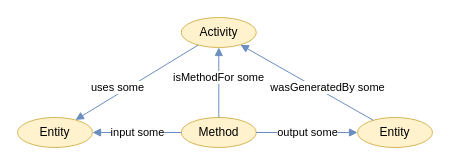
This is page "method" (4 of 4) of docs/figs/figures.drawio from PINK-project/PINK-annotation-schema, a draw.io file, before an edit. Source tidied: cells renumbered, new cells numbered last; positions are measured from the earlier drawing's top-left corner, leaving out a move shared by most shapes. Both pictures are drawn from the tidied source at 100%, with x=0, y=0 at pixel (17, 17).
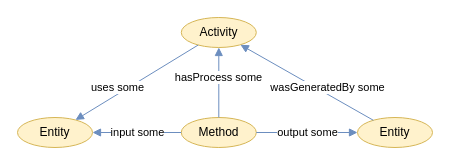
After the change.

Change to the diagram source:
```diff
@@
 <mxGraphModel>
   <root>
     <mxCell id="0" />
     <mxCell id="1" parent="0" />
     <mxCell id="2" value="Method" style="ellipse;whiteSpace=wrap;html=1;fillColor=#fff2cc;strokeColor=#d6b656;" parent="1" vertex="1">
       <mxGeometry x="163.8" y="100" width="75" height="30" as="geometry" />
     </mxCell>
     <mxCell id="3" value="input some" style="edgeStyle=none;shape=connector;rounded=0;jettySize=auto;html=1;strokeColor=#6c8ebf;align=center;verticalAlign=middle;fontFamily=Helvetica;fontSize=11;fontColor=default;labelBackgroundColor=default;endArrow=block;endFill=1;fillColor=#dae8fc;" parent="1" edge="1" source="2" target="4">
       <mxGeometry relative="1" as="geometry" />
     </mxCell>
     <mxCell id="4" value="Entity" style="ellipse;whiteSpace=wrap;html=1;fillColor=#fff2cc;strokeColor=#d6b656;" parent="1" vertex="1">
       <mxGeometry y="100" width="75" height="30" as="geometry" />
     </mxCell>
     <mxCell id="5" value="Entity" style="ellipse;whiteSpace=wrap;html=1;fillColor=#fff2cc;strokeColor=#d6b656;" parent="1" vertex="1">
       <mxGeometry x="340" y="100" width="75" height="30" as="geometry" />
     </mxCell>
     <mxCell id="6" value="output&amp;nbsp;some" style="edgeStyle=none;shape=connector;rounded=0;jettySize=auto;html=1;strokeColor=#6c8ebf;align=center;verticalAlign=middle;fontFamily=Helvetica;fontSize=11;fontColor=default;labelBackgroundColor=default;endArrow=block;endFill=1;fillColor=#dae8fc;" parent="1" edge="1" source="2" target="5">
       <mxGeometry relative="1" as="geometry" />
     </mxCell>
     <mxCell id="7" value="Activity" style="ellipse;whiteSpace=wrap;html=1;fillColor=#fff2cc;strokeColor=#d6b656;" parent="1" vertex="1">
       <mxGeometry x="163.8" width="75" height="30" as="geometry" />
     </mxCell>
-    <mxCell id="8" value="isMethodFor some" style="edgeStyle=none;shape=connector;rounded=0;jettySize=auto;html=1;strokeColor=#6c8ebf;align=center;verticalAlign=middle;fontFamily=Helvetica;fontSize=11;fontColor=default;labelBackgroundColor=default;endArrow=block;endFill=1;fillColor=#dae8fc;" parent="1" edge="1" source="2" target="7">
+    <mxCell id="8" value="hasProcess some" style="edgeStyle=none;shape=connector;rounded=0;jettySize=auto;html=1;strokeColor=#6c8ebf;align=center;verticalAlign=middle;fontFamily=Helvetica;fontSize=11;fontColor=default;labelBackgroundColor=default;endArrow=block;endFill=1;fillColor=#dae8fc;" parent="1" edge="1" source="2" target="7">
       <mxGeometry x="0.14" relative="1" as="geometry" />
     </mxCell>
     <mxCell id="9" value="uses some" style="edgeStyle=none;shape=connector;rounded=0;jettySize=auto;html=1;strokeColor=#6c8ebf;align=center;verticalAlign=middle;fontFamily=Helvetica;fontSize=11;fontColor=default;labelBackgroundColor=default;endArrow=block;endFill=1;fillColor=#dae8fc;" parent="1" edge="1" source="7" target="4">
       <mxGeometry x="0.27" y="-6" relative="1" as="geometry" />
     </mxCell>
     <mxCell id="10" value="wasGeneratedBy some" style="edgeStyle=none;shape=connector;rounded=0;jettySize=auto;html=1;strokeColor=#6c8ebf;align=center;verticalAlign=middle;fontFamily=Helvetica;fontSize=11;fontColor=default;labelBackgroundColor=default;endArrow=block;endFill=1;fillColor=#dae8fc;" parent="1" edge="1" source="5" target="7">
       <mxGeometry x="-0.27" y="-6" relative="1" as="geometry" />
     </mxCell>
   </root>
 </mxGraphModel>
```
